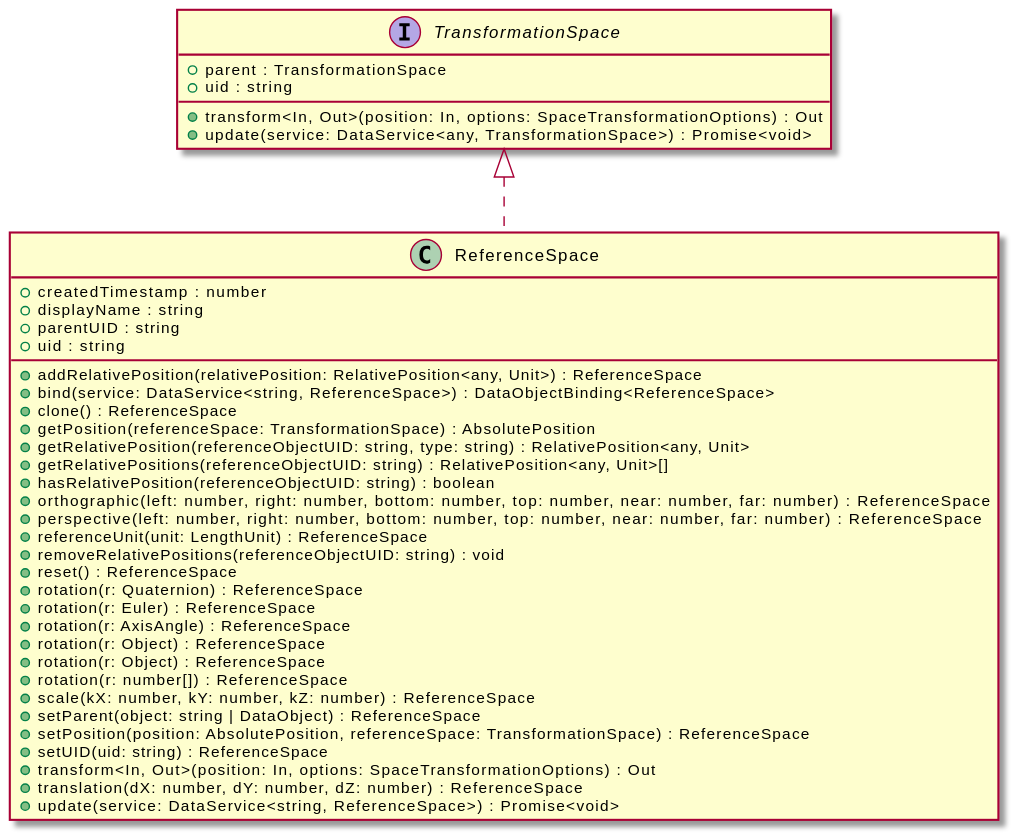
This is assets/TransformationSpace-umlClassDiagram-3400.svg from OpenHPS/openhps-core, a PlantUML export, as it was before one commit. Its diagram source:
```plantuml
@startuml
skinparam BackgroundColor transparent
hide empty methods
hide empty fields
interface "TransformationSpace" {
    +parent : TransformationSpace
    +uid : string
    +transform<In, Out>(position: In, options: SpaceTransformationOptions) : Out
    +update(service: DataService<any, TransformationSpace>) : Promise<void>
}
class "ReferenceSpace" {
    +createdTimestamp : number
    +displayName : string
    +parentUID : string
    +uid : string
    +addRelativePosition(relativePosition: RelativePosition<any, Unit>) : ReferenceSpace
    +bind(service: DataService<string, ReferenceSpace>) : DataObjectBinding<ReferenceSpace>
    +clone() : ReferenceSpace
    +getPosition(referenceSpace: TransformationSpace) : AbsolutePosition
    +getRelativePosition(referenceObjectUID: string, type: string) : RelativePosition<any, Unit>
    +getRelativePositions(referenceObjectUID: string) : RelativePosition<any, Unit>[]
    +hasRelativePosition(referenceObjectUID: string) : boolean
    +orthographic(left: number, right: number, bottom: number, top: number, near: number, far: number) : ReferenceSpace
    +perspective(left: number, right: number, bottom: number, top: number, near: number, far: number) : ReferenceSpace
    +referenceUnit(unit: LengthUnit) : ReferenceSpace
    +removeRelativePositions(referenceObjectUID: string) : void
    +reset() : ReferenceSpace
    +rotation(r: Quaternion) : ReferenceSpace
    +rotation(r: Euler) : ReferenceSpace
    +rotation(r: AxisAngle) : ReferenceSpace
    +rotation(r: Object) : ReferenceSpace
    +rotation(r: Object) : ReferenceSpace
    +rotation(r: number[]) : ReferenceSpace
    +scale(kX: number, kY: number, kZ: number) : ReferenceSpace
    +setParent(object: string | DataObject) : ReferenceSpace
    +setPosition(position: AbsolutePosition, referenceSpace: TransformationSpace) : ReferenceSpace
    +setUID(uid: string) : ReferenceSpace
    +transform<In, Out>(position: In, options: SpaceTransformationOptions) : Out
    +translation(dX: number, dY: number, dZ: number) : ReferenceSpace
    +update(service: DataService<string, ReferenceSpace>) : Promise<void>
}
"TransformationSpace" <|.. "ReferenceSpace"
@enduml
```
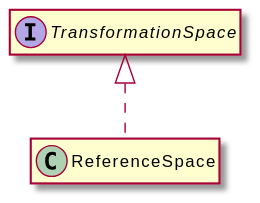
The same diagram one commit later.

Diff of the diagram source:
```diff
@@ -3,41 +3,8 @@
 hide empty methods
 hide empty fields
 interface "TransformationSpace" {
-    +parent : TransformationSpace
-    +uid : string
-    +transform<In, Out>(position: In, options: SpaceTransformationOptions) : Out
-    +update(service: DataService<any, TransformationSpace>) : Promise<void>
 }
 class "ReferenceSpace" {
-    +createdTimestamp : number
-    +displayName : string
-    +parentUID : string
-    +uid : string
-    +addRelativePosition(relativePosition: RelativePosition<any, Unit>) : ReferenceSpace
-    +bind(service: DataService<string, ReferenceSpace>) : DataObjectBinding<ReferenceSpace>
-    +clone() : ReferenceSpace
-    +getPosition(referenceSpace: TransformationSpace) : AbsolutePosition
-    +getRelativePosition(referenceObjectUID: string, type: string) : RelativePosition<any, Unit>
-    +getRelativePositions(referenceObjectUID: string) : RelativePosition<any, Unit>[]
-    +hasRelativePosition(referenceObjectUID: string) : boolean
-    +orthographic(left: number, right: number, bottom: number, top: number, near: number, far: number) : ReferenceSpace
-    +perspective(left: number, right: number, bottom: number, top: number, near: number, far: number) : ReferenceSpace
-    +referenceUnit(unit: LengthUnit) : ReferenceSpace
-    +removeRelativePositions(referenceObjectUID: string) : void
-    +reset() : ReferenceSpace
-    +rotation(r: Quaternion) : ReferenceSpace
-    +rotation(r: Euler) : ReferenceSpace
-    +rotation(r: AxisAngle) : ReferenceSpace
-    +rotation(r: Object) : ReferenceSpace
-    +rotation(r: Object) : ReferenceSpace
-    +rotation(r: number[]) : ReferenceSpace
-    +scale(kX: number, kY: number, kZ: number) : ReferenceSpace
-    +setParent(object: string | DataObject) : ReferenceSpace
-    +setPosition(position: AbsolutePosition, referenceSpace: TransformationSpace) : ReferenceSpace
-    +setUID(uid: string) : ReferenceSpace
-    +transform<In, Out>(position: In, options: SpaceTransformationOptions) : Out
-    +translation(dX: number, dY: number, dZ: number) : ReferenceSpace
-    +update(service: DataService<string, ReferenceSpace>) : Promise<void>
 }
 "TransformationSpace" <|.. "ReferenceSpace"
 @enduml
```
